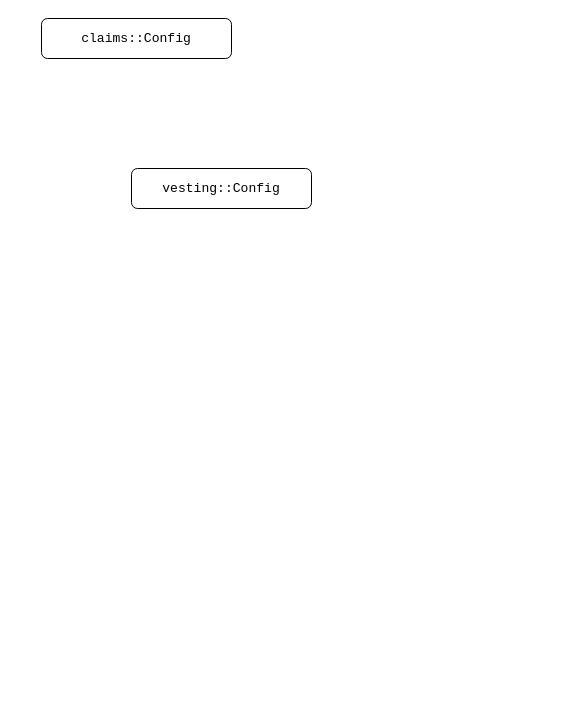
This is polkadot-claims.drawio from kami1983/umls, a draw.io file, before an edit. Source tidied: cells renumbered, new cells numbered last; positions are measured from the earlier drawing's top-left corner, leaving out a move shared by most shapes. Both pictures are drawn from the tidied source at 100%, with x=0, y=0 at pixel (41, 18).
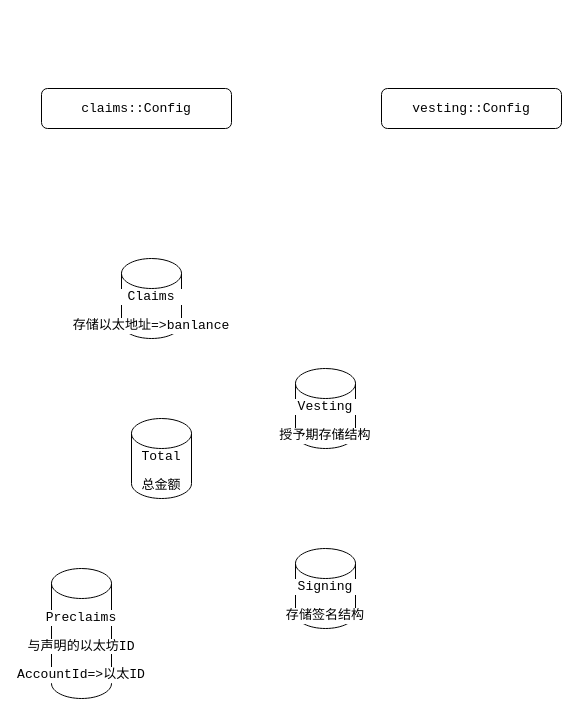
Above is the later version.

The edit, as a diff of the source:
```diff
@@
 <mxGraphModel>
   <root>
     <mxCell id="0" />
     <mxCell id="1" parent="0" />
     <mxCell id="2" value="&lt;pre style=&quot;background-color: rgb(255 , 255 , 255) ; font-family: &amp;#34;jetbrains mono&amp;#34; , monospace ; font-size: 9.8pt&quot;&gt;claims::Config&lt;/pre&gt;" style="rounded=1;whiteSpace=wrap;html=1;fontSize=12;glass=0;strokeWidth=1;shadow=0;" parent="1" vertex="1">
-      <mxGeometry width="190" height="40" as="geometry" />
+      <mxGeometry y="70" width="190" height="40" as="geometry" />
     </mxCell>
     <mxCell id="3" value="&lt;pre style=&quot;background-color: rgb(255 , 255 , 255) ; font-family: &amp;#34;jetbrains mono&amp;#34; , monospace ; font-size: 9.8pt&quot;&gt;vesting::Config&lt;/pre&gt;" style="rounded=1;whiteSpace=wrap;html=1;fontSize=12;glass=0;strokeWidth=1;shadow=0;" parent="1" vertex="1">
-      <mxGeometry x="90" y="150" width="180" height="40" as="geometry" />
+      <mxGeometry x="340" y="70" width="180" height="40" as="geometry" />
     </mxCell>
+    <mxCell id="4" value="&lt;pre style=&quot;background-color: rgb(255 , 255 , 255) ; font-family: &amp;#34;jetbrains mono&amp;#34; , monospace ; font-size: 9.8pt&quot;&gt;Claims&lt;/pre&gt;&lt;pre style=&quot;background-color: rgb(255 , 255 , 255) ; font-family: &amp;#34;jetbrains mono&amp;#34; , monospace ; font-size: 9.8pt&quot;&gt;存储以太地址=&amp;gt;banlance&lt;/pre&gt;" style="shape=cylinder3;whiteSpace=wrap;html=1;boundedLbl=1;backgroundOutline=1;size=15;" parent="1" vertex="1">
+      <mxGeometry x="80" y="240" width="60" height="80" as="geometry" />
+    </mxCell>
+    <mxCell id="5" value="&lt;pre style=&quot;background-color: rgb(255 , 255 , 255) ; font-family: &amp;#34;jetbrains mono&amp;#34; , monospace ; font-size: 9.8pt&quot;&gt;&lt;pre style=&quot;font-family: &amp;#34;jetbrains mono&amp;#34; , monospace ; font-size: 9.8pt&quot;&gt;Total&lt;/pre&gt;&lt;/pre&gt;&lt;pre style=&quot;background-color: rgb(255 , 255 , 255) ; font-family: &amp;#34;jetbrains mono&amp;#34; , monospace ; font-size: 9.8pt&quot;&gt;总金额&lt;/pre&gt;" style="shape=cylinder3;whiteSpace=wrap;html=1;boundedLbl=1;backgroundOutline=1;size=15;" parent="1" vertex="1">
+      <mxGeometry x="90" y="400" width="60" height="80" as="geometry" />
+    </mxCell>
+    <mxCell id="6" value="&lt;pre style=&quot;background-color: rgb(255 , 255 , 255) ; font-family: &amp;#34;jetbrains mono&amp;#34; , monospace ; font-size: 9.8pt&quot;&gt;&lt;pre style=&quot;font-family: &amp;#34;jetbrains mono&amp;#34; , monospace ; font-size: 9.8pt&quot;&gt;&lt;pre style=&quot;font-family: &amp;#34;jetbrains mono&amp;#34; , monospace ; font-size: 9.8pt&quot;&gt;Vesting&lt;/pre&gt;&lt;/pre&gt;&lt;/pre&gt;&lt;pre style=&quot;background-color: rgb(255 , 255 , 255) ; font-family: &amp;#34;jetbrains mono&amp;#34; , monospace ; font-size: 9.8pt&quot;&gt;授予期存储结构&lt;/pre&gt;" style="shape=cylinder3;whiteSpace=wrap;html=1;boundedLbl=1;backgroundOutline=1;size=15;" parent="1" vertex="1">
+      <mxGeometry x="254" y="350" width="60" height="80" as="geometry" />
+    </mxCell>
+    <mxCell id="7" value="&lt;pre style=&quot;background-color: rgb(255 , 255 , 255) ; font-family: &amp;#34;jetbrains mono&amp;#34; , monospace ; font-size: 9.8pt&quot;&gt;&lt;pre style=&quot;font-family: &amp;#34;jetbrains mono&amp;#34; , monospace ; font-size: 9.8pt&quot;&gt;&lt;pre style=&quot;font-family: &amp;#34;jetbrains mono&amp;#34; , monospace ; font-size: 9.8pt&quot;&gt;&lt;pre style=&quot;font-family: &amp;#34;jetbrains mono&amp;#34; , monospace ; font-size: 9.8pt&quot;&gt;Signing&lt;/pre&gt;&lt;/pre&gt;&lt;/pre&gt;&lt;/pre&gt;&lt;pre style=&quot;background-color: rgb(255 , 255 , 255) ; font-family: &amp;#34;jetbrains mono&amp;#34; , monospace ; font-size: 9.8pt&quot;&gt;存储签名结构&lt;/pre&gt;" style="shape=cylinder3;whiteSpace=wrap;html=1;boundedLbl=1;backgroundOutline=1;size=15;" parent="1" vertex="1">
+      <mxGeometry x="254" y="530" width="60" height="80" as="geometry" />
+    </mxCell>
+    <mxCell id="8" value="&lt;pre style=&quot;background-color: rgb(255 , 255 , 255) ; font-family: &amp;#34;jetbrains mono&amp;#34; , monospace ; font-size: 9.8pt&quot;&gt;&lt;pre style=&quot;font-family: &amp;#34;jetbrains mono&amp;#34; , monospace ; font-size: 9.8pt&quot;&gt;&lt;pre style=&quot;font-family: &amp;#34;jetbrains mono&amp;#34; , monospace ; font-size: 9.8pt&quot;&gt;&lt;pre style=&quot;font-family: &amp;#34;jetbrains mono&amp;#34; , monospace ; font-size: 9.8pt&quot;&gt;&lt;pre style=&quot;font-family: &amp;#34;jetbrains mono&amp;#34; , monospace ; font-size: 9.8pt&quot;&gt;Preclaims&lt;/pre&gt;&lt;/pre&gt;&lt;/pre&gt;&lt;/pre&gt;&lt;/pre&gt;&lt;pre style=&quot;background-color: rgb(255 , 255 , 255) ; font-family: &amp;#34;jetbrains mono&amp;#34; , monospace ; font-size: 9.8pt&quot;&gt;与声明的以太坊ID&lt;/pre&gt;&lt;pre style=&quot;background-color: rgb(255 , 255 , 255) ; font-family: &amp;#34;jetbrains mono&amp;#34; , monospace ; font-size: 9.8pt&quot;&gt;AccountId=&amp;gt;以太ID&lt;/pre&gt;" style="shape=cylinder3;whiteSpace=wrap;html=1;boundedLbl=1;backgroundOutline=1;size=15;" parent="1" vertex="1">
+      <mxGeometry x="10" y="550" width="60" height="130" as="geometry" />
+    </mxCell>
   </root>
 </mxGraphModel>
```
